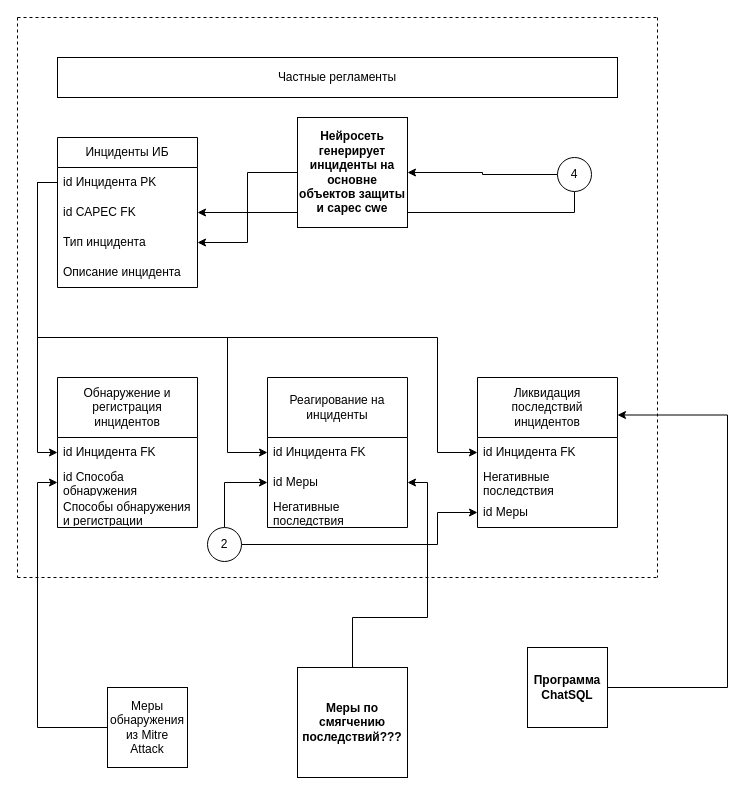
Above: Частные регламенты.drawio in SmirnovBogdan8/Diplom (draw.io), before the change. Source tidied: cells renumbered, new cells numbered last; positions are measured from the earlier drawing's top-left corner, leaving out a move shared by most shapes. Both pictures are drawn from the tidied source at 100%, with x=0, y=0 at pixel (17, 17).
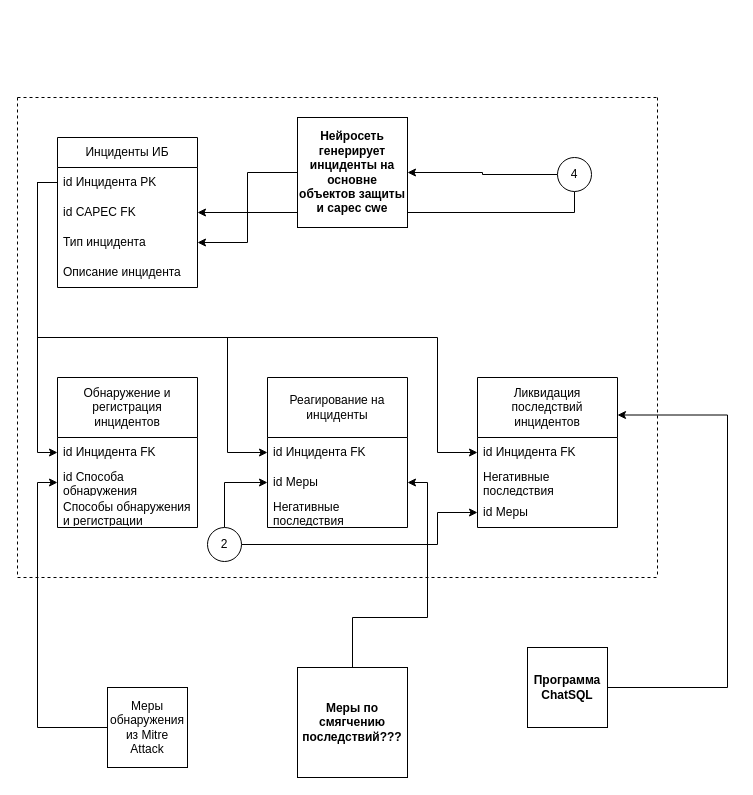
Above is the later version.

What changed in the source:
```diff
@@
-    <mxCell id="2" value="Частные регламенты" style="rounded=0;whiteSpace=wrap;html=1;" parent="1" vertex="1">
-      <mxGeometry x="40" y="40" width="560" height="40" as="geometry" />
-    </mxCell>
     <mxCell id="3" style="endArrow=none;dashed=1;html=1;rounded=0;" parent="1" edge="1">
       <mxGeometry relative="1" as="geometry">
-        <mxPoint as="sourcePoint" />
-        <mxPoint x="640" as="targetPoint" />
+        <mxPoint y="80" as="sourcePoint" />
+        <mxPoint x="640" y="80" as="targetPoint" />
       </mxGeometry>
     </mxCell>
@@
     <mxCell id="5" style="endArrow=none;dashed=1;html=1;rounded=0;" parent="1" edge="1">
       <mxGeometry relative="1" as="geometry">
-        <mxPoint as="sourcePoint" />
+        <mxPoint y="80" as="sourcePoint" />
         <mxPoint y="560" as="targetPoint" />
       </mxGeometry>
     </mxCell>
     <mxCell id="6" style="endArrow=none;dashed=1;html=1;rounded=0;" parent="1" edge="1">
       <mxGeometry relative="1" as="geometry">
-        <mxPoint x="640" as="sourcePoint" />
+        <mxPoint x="640" y="80" as="sourcePoint" />
         <mxPoint x="640" y="560" as="targetPoint" />
       </mxGeometry>
     </mxCell>
```
